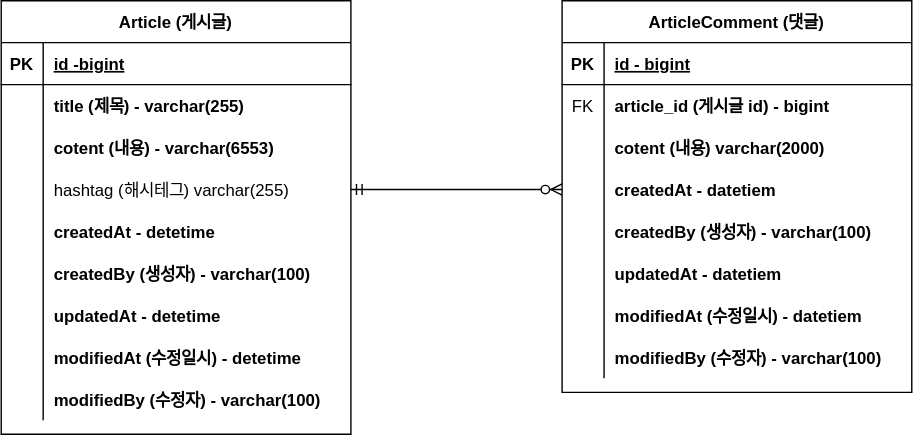
Before: document/project-board-erd.svg, a diagram exported from draw.io (geonuk-hwang/fastcampus-project-bord). Source tidied: cells renumbered, new cells last; positions are measured from the earlier drawing's top-left corner, leaving out a move shared by most shapes.
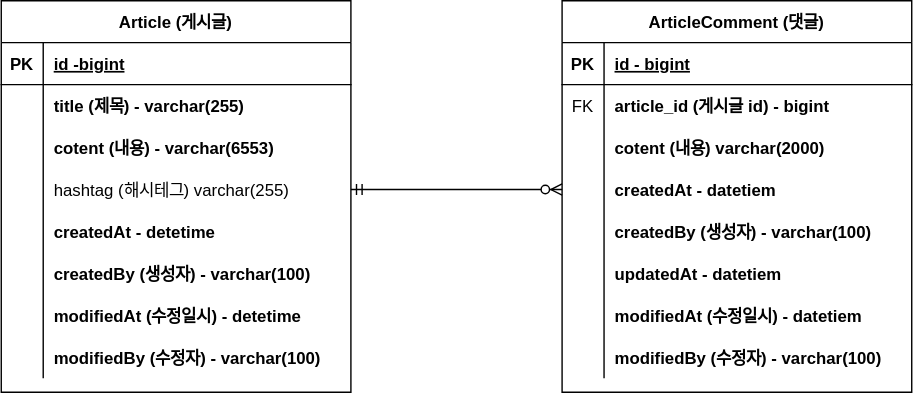
After the change.

The edit, as a diff of the source:
```diff
@@ -78,7 +78,7 @@
       <mxGeometry x="30" width="220" height="30" as="geometry" />
     </mxCell>
     <mxCell id="27" value="Article (게시글)" style="shape=table;startSize=30;rowLines=0;fontStyle=1;align=center;" parent="1" vertex="1">
-      <mxGeometry width="250" height="310" as="geometry" />
+      <mxGeometry width="250" height="280" as="geometry" />
     </mxCell>
     <mxCell id="28" style="shape=partialRectangle;fillColor=none;top=0;left=0;right=0;bottom=1;" parent="27" vertex="1">
       <mxGeometry y="30" width="250" height="30" as="geometry" />
@@ -134,17 +134,8 @@
     <mxCell id="45" value="createdBy (생성자) - varchar(100)" style="shape=partialRectangle;overflow=hidden;fillColor=none;top=0;left=0;bottom=0;right=0;align=left;spacingLeft=6;fontStyle=1;" parent="43" vertex="1">
       <mxGeometry x="30" width="220" height="30" as="geometry" />
     </mxCell>
-    <mxCell id="46" style="shape=partialRectangle;fillColor=none;top=0;left=0;right=0;bottom=0;" parent="27" vertex="1">
-      <mxGeometry y="210" width="250" height="30" as="geometry" />
-    </mxCell>
-    <mxCell id="47" style="shape=partialRectangle;overflow=hidden;fillColor=none;top=0;left=0;bottom=0;right=0;" parent="46" vertex="1">
-      <mxGeometry width="30" height="30" as="geometry" />
-    </mxCell>
-    <mxCell id="48" value="updatedAt - detetime" style="shape=partialRectangle;overflow=hidden;fillColor=none;top=0;left=0;bottom=0;right=0;align=left;spacingLeft=6;fontStyle=1;" parent="46" vertex="1">
-      <mxGeometry x="30" width="220" height="30" as="geometry" />
-    </mxCell>
     <mxCell id="49" style="shape=partialRectangle;fillColor=none;top=0;left=0;right=0;bottom=0;" parent="27" vertex="1">
-      <mxGeometry y="240" width="250" height="30" as="geometry" />
+      <mxGeometry y="210" width="250" height="30" as="geometry" />
     </mxCell>
     <mxCell id="50" style="shape=partialRectangle;overflow=hidden;fillColor=none;top=0;left=0;bottom=0;right=0;" parent="49" vertex="1">
       <mxGeometry width="30" height="30" as="geometry" />
@@ -153,7 +144,7 @@
       <mxGeometry x="30" width="220" height="30" as="geometry" />
     </mxCell>
     <mxCell id="52" style="shape=partialRectangle;fillColor=none;top=0;left=0;right=0;bottom=0;" parent="27" vertex="1">
-      <mxGeometry y="270" width="250" height="30" as="geometry" />
+      <mxGeometry y="240" width="250" height="30" as="geometry" />
     </mxCell>
     <mxCell id="53" style="shape=partialRectangle;overflow=hidden;fillColor=none;top=0;left=0;bottom=0;right=0;" parent="52" vertex="1">
       <mxGeometry width="30" height="30" as="geometry" />
```
